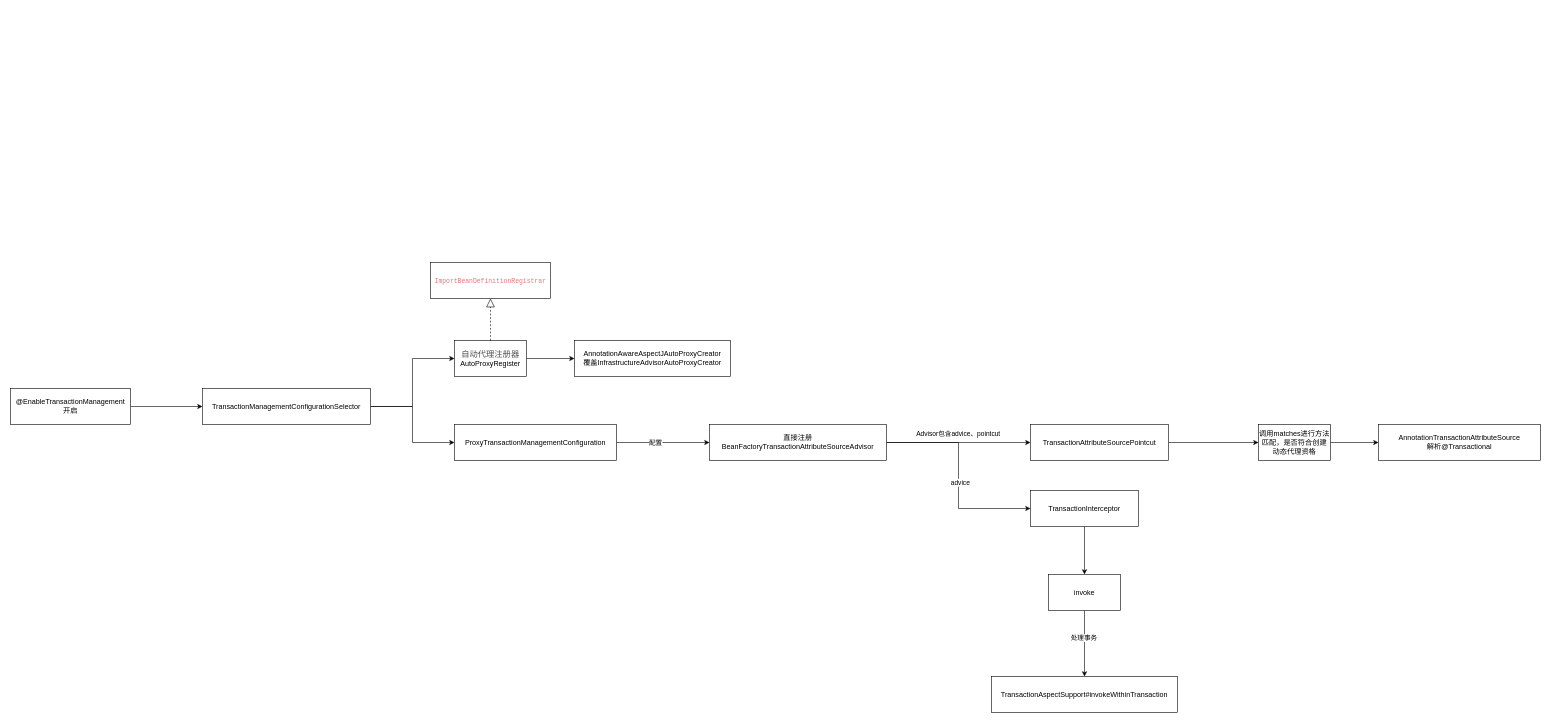
Above: Spring事务分析.drawio in linbingxing/mind (draw.io), before the change. Source tidied: cells renumbered, new cells numbered last; positions are measured from the earlier drawing's top-left corner, leaving out a move shared by most shapes. Both pictures are drawn from the tidied source at 60%, with x=0, y=0 at pixel (10, 262).
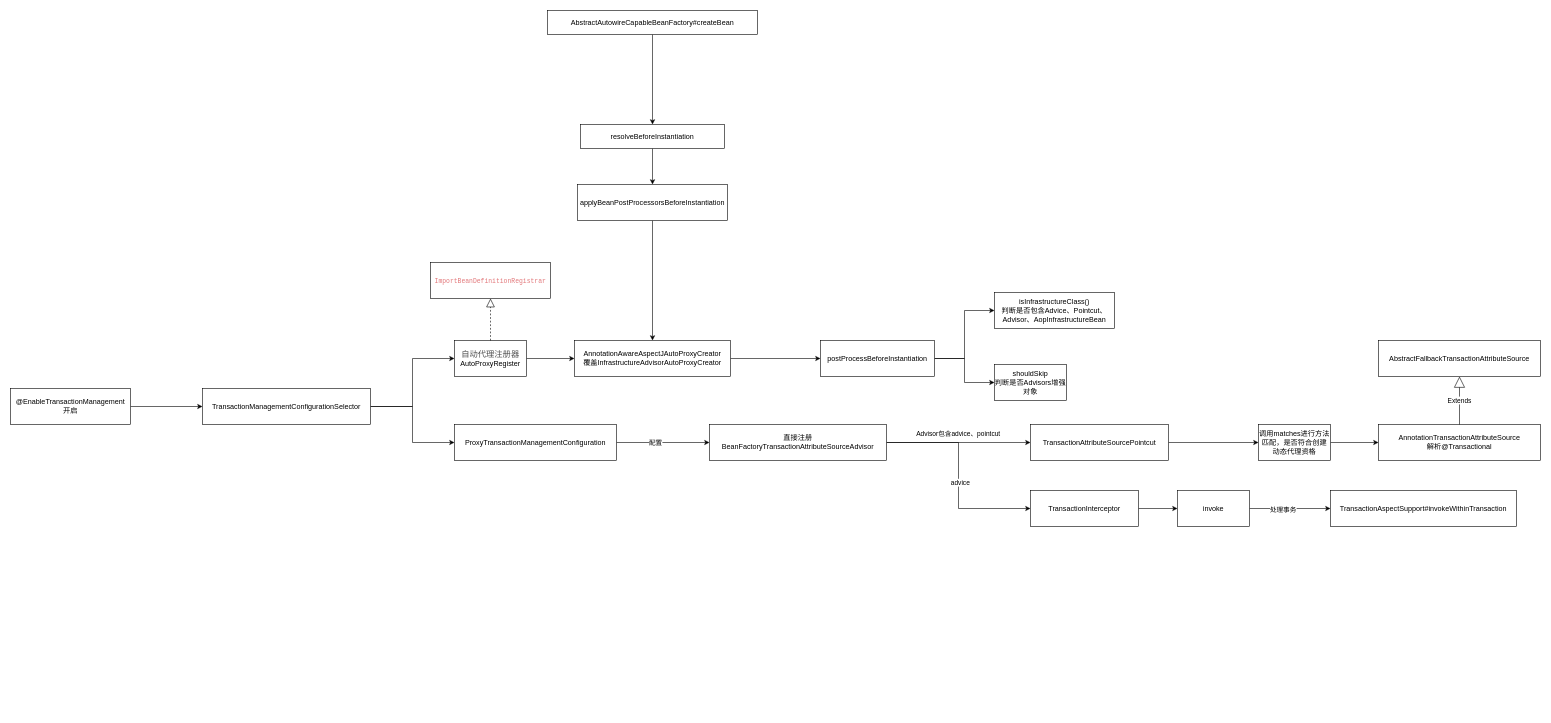
The same diagram, later.

Commit message:
更新Spring事务分析.drawio

The change refers to these unchanged cells:
```xml
<mxCell id="14" value="AnnotationAwareAspectJAutoProxyCreator&lt;br&gt;覆盖InfrastructureAdvisorAutoProxyCreator" style="whiteSpace=wrap;html=1;rounded=0;" parent="1" vertex="1">
  <mxGeometry x="940" y="130" width="260" height="60" as="geometry" />
</mxCell>
<mxCell id="30" value="AnnotationTransactionAttributeSource&lt;br&gt;解析@Transactional" style="whiteSpace=wrap;html=1;rounded=0;" parent="1" vertex="1">
  <mxGeometry x="2280" y="270" width="270" height="60" as="geometry" />
</mxCell>
```

Change to the diagram source:
```diff
@@
+    <mxCell id="31" style="edgeStyle=orthogonalEdgeStyle;rounded=0;jettySize=auto;html=1;" parent="1" edge="1" source="14" target="42">
+      <mxGeometry relative="1" as="geometry" />
+    </mxCell>
@@
     <mxCell id="28" value="invoke" style="whiteSpace=wrap;html=1;rounded=0;" parent="1" vertex="1">
-      <mxGeometry x="1730" y="520" width="120" height="60" as="geometry" />
+      <mxGeometry x="1945" y="380" width="120" height="60" as="geometry" />
     </mxCell>
     <mxCell id="29" value="TransactionAspectSupport#invokeWithinTransaction" style="whiteSpace=wrap;html=1;rounded=0;" parent="1" vertex="1">
-      <mxGeometry x="1635" y="690" width="310" height="60" as="geometry" />
+      <mxGeometry x="2200" y="380" width="310" height="60" as="geometry" />
     </mxCell>
@@
+    <mxCell id="32" value="Extends" style="endArrow=block;endSize=16;endFill=0;html=1;rounded=0;exitX=0.5;exitY=0;exitDx=0;exitDy=0;entryX=0.5;entryY=1;entryDx=0;entryDy=0;" parent="1" edge="1" source="30" target="33">
+      <mxGeometry relative="1" as="geometry" />
+    </mxCell>
+    <mxCell id="33" value="AbstractFallbackTransactionAttributeSource" style="rounded=0;whiteSpace=wrap;html=1;" parent="1" vertex="1">
+      <mxGeometry x="2280" y="130" width="270" height="60" as="geometry" />
+    </mxCell>
+    <mxCell id="34" style="edgeStyle=orthogonalEdgeStyle;rounded=0;jettySize=auto;html=1;" parent="1" edge="1" source="35" target="37">
+      <mxGeometry relative="1" as="geometry" />
+    </mxCell>
+    <mxCell id="35" value="AbstractAutowireCapableBeanFactory#createBean" style="rounded=0;whiteSpace=wrap;html=1;" parent="1" vertex="1">
+      <mxGeometry x="895" y="-420" width="350" height="40" as="geometry" />
+    </mxCell>
+    <mxCell id="36" style="edgeStyle=orthogonalEdgeStyle;rounded=0;jettySize=auto;html=1;" parent="1" edge="1" source="37" target="39">
+      <mxGeometry relative="1" as="geometry" />
+    </mxCell>
+    <mxCell id="37" value="resolveBeforeInstantiation" style="whiteSpace=wrap;html=1;rounded=0;" parent="1" vertex="1">
+      <mxGeometry x="950" y="-230" width="240" height="40" as="geometry" />
+    </mxCell>
+    <mxCell id="38" style="edgeStyle=orthogonalEdgeStyle;rounded=0;jettySize=auto;html=1;entryX=0.5;entryY=0;entryDx=0;entryDy=0;" parent="1" edge="1" source="39" target="14">
+      <mxGeometry relative="1" as="geometry" />
+    </mxCell>
+    <mxCell id="39" value="applyBeanPostProcessorsBeforeInstantiation" style="whiteSpace=wrap;html=1;rounded=0;" parent="1" vertex="1">
+      <mxGeometry x="945" y="-130" width="250" height="60" as="geometry" />
+    </mxCell>
+    <mxCell id="40" style="edgeStyle=orthogonalEdgeStyle;rounded=0;jettySize=auto;html=1;" parent="1" edge="1" source="42" target="43">
+      <mxGeometry relative="1" as="geometry" />
+    </mxCell>
+    <mxCell id="41" style="edgeStyle=orthogonalEdgeStyle;rounded=0;jettySize=auto;html=1;entryX=0;entryY=0.5;entryDx=0;entryDy=0;" parent="1" edge="1" source="42" target="44">
+      <mxGeometry relative="1" as="geometry" />
+    </mxCell>
+    <mxCell id="42" value="postProcessBeforeInstantiation" style="whiteSpace=wrap;html=1;rounded=0;" parent="1" vertex="1">
+      <mxGeometry x="1350" y="130" width="190" height="60" as="geometry" />
+    </mxCell>
+    <mxCell id="43" value="shouldSkip&lt;br&gt;判断是否Advisors增强对象" style="whiteSpace=wrap;html=1;rounded=0;" parent="1" vertex="1">
+      <mxGeometry x="1640" y="170" width="120" height="60" as="geometry" />
+    </mxCell>
+    <mxCell id="44" value="isInfrastructureClass()&lt;br&gt;判断是否包含Advice、Pointcut、Advisor、AopInfrastructureBean" style="whiteSpace=wrap;html=1;rounded=0;" parent="1" vertex="1">
+      <mxGeometry x="1640" y="50" width="200" height="60" as="geometry" />
+    </mxCell>
```
